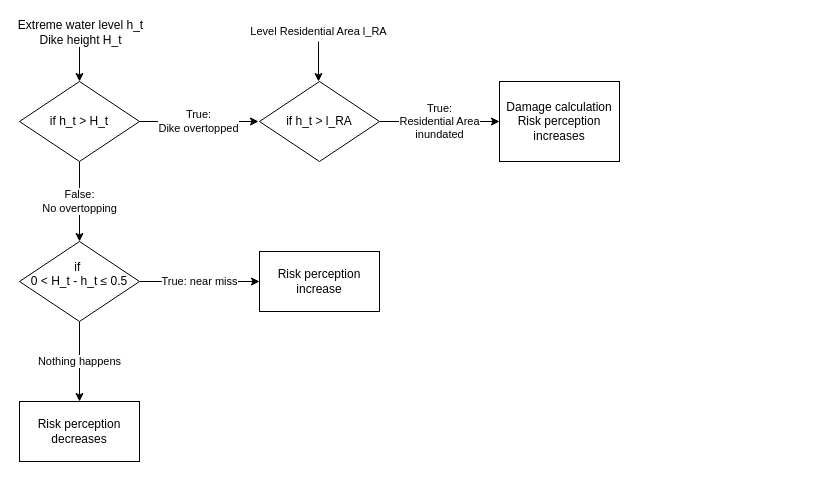
This is Drawings/flood_if_else_structure.dio from keesvanginkel/Urban-SETP, a draw.io file, before an edit. Source tidied: cells renumbered, new cells numbered last; positions are measured from the earlier drawing's top-left corner, leaving out a move shared by most shapes. Both pictures are drawn from the tidied source at 100%, with x=0, y=0 at pixel (19, 41).
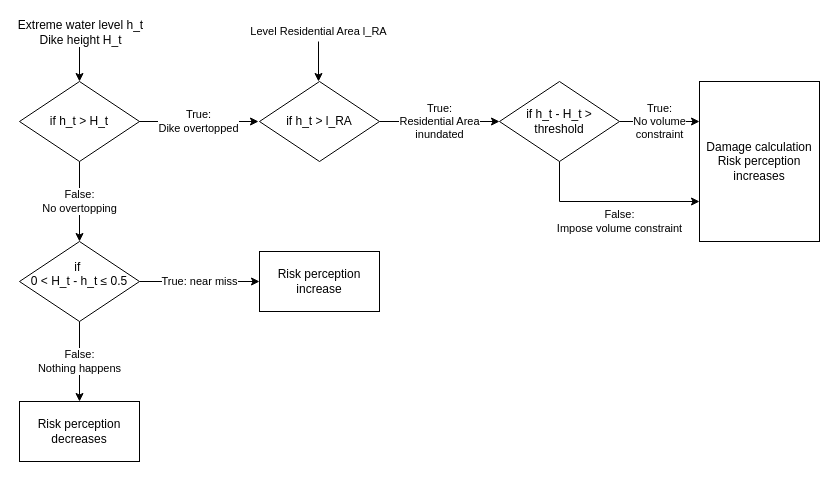
The same page after the edit.

Commit message (it also covers changes not shown here):
Impose volume constraint in risk calculation

The change refers to these unchanged cells:
```xml
<mxCell id="10" value="if&amp;nbsp;&lt;div&gt;0 &amp;lt; H_t - h_t&amp;nbsp;≤ 0.5&lt;/div&gt;&lt;div&gt;&lt;br&gt;&lt;/div&gt;" style="rhombus;whiteSpace=wrap;html=1;" parent="1" vertex="1">
  <mxGeometry y="200" width="120" height="80" as="geometry" />
</mxCell>
<mxCell id="12" value="&lt;div&gt;Risk perception&lt;/div&gt;&lt;div&gt;decreases&lt;/div&gt;" style="rounded=0;whiteSpace=wrap;html=1;" parent="1" vertex="1">
  <mxGeometry y="360" width="120" height="60" as="geometry" />
</mxCell>
```

Diff of the diagram source:
```diff
@@
     <mxCell id="7" value="Damage calculation&lt;div&gt;Risk perception&lt;/div&gt;&lt;div&gt;increases&lt;/div&gt;" style="rounded=0;whiteSpace=wrap;html=1;" parent="1" vertex="1">
-      <mxGeometry x="480" y="40" width="120" height="80" as="geometry" />
+      <mxGeometry x="680" y="40" width="120" height="160" as="geometry" />
     </mxCell>
@@
-    <mxCell id="9" value="Nothing happens" style="edgeStyle=orthogonalEdgeStyle;rounded=0;html=1;exitX=0.5;exitY=1;entryX=0.5;entryY=0;jettySize=auto;" parent="1" edge="1" source="10" target="12">
+    <mxCell id="9" value="&lt;div&gt;False:&lt;/div&gt;Nothing happens" style="edgeStyle=orthogonalEdgeStyle;rounded=0;html=1;exitX=0.5;exitY=1;entryX=0.5;entryY=0;jettySize=auto;" parent="1" edge="1" source="10" target="12">
       <mxGeometry relative="1" as="geometry" />
     </mxCell>
@@
+    <mxCell id="16" value="True:&lt;div&gt;No volume&lt;br&gt;constraint&lt;/div&gt;" style="edgeStyle=orthogonalEdgeStyle;rounded=0;html=1;exitX=1;exitY=0.5;entryX=0;entryY=0.25;jettySize=auto;" parent="1" edge="1" source="18" target="7">
+      <mxGeometry relative="1" as="geometry" />
+    </mxCell>
+    <mxCell id="17" value="False:&lt;div&gt;Impose volume constraint&lt;/div&gt;" style="edgeStyle=orthogonalEdgeStyle;rounded=0;html=1;exitX=0.5;exitY=1;entryX=0;entryY=0.75;jettySize=auto;" parent="1" edge="1" source="18" target="7">
+      <mxGeometry x="0.11" y="-20" relative="1" as="geometry" />
+    </mxCell>
+    <mxCell id="18" value="if h_t - H_t &amp;gt; threshold" style="rhombus;whiteSpace=wrap;html=1;" parent="1" vertex="1">
+      <mxGeometry x="480" y="40" width="120" height="80" as="geometry" />
+    </mxCell>
```
